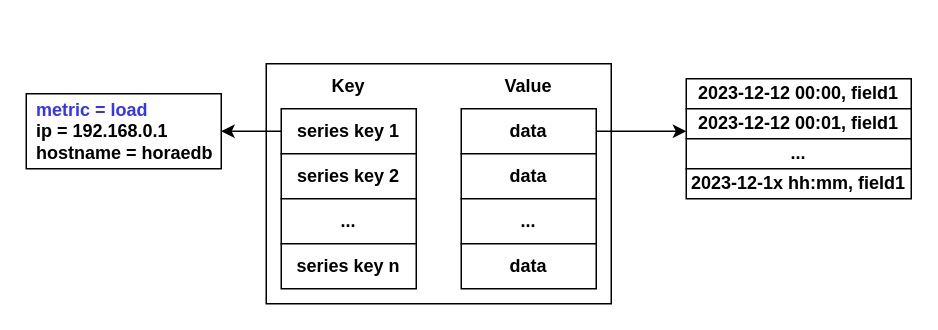
Above: series.drawio in Rachelint/drawio-store (draw.io), before the change. Source tidied: cells renumbered, new cells numbered last; positions are measured from the earlier drawing's top-left corner, leaving out a move shared by most shapes. Both pictures are drawn from the tidied source at 150%, with x=0, y=0 at pixel (26, 63).
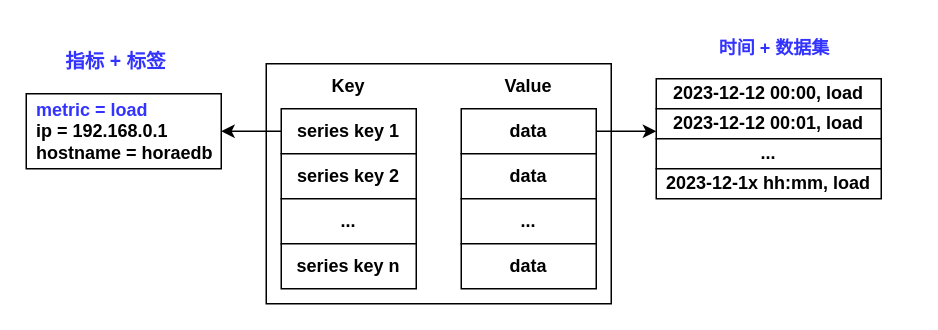
The same diagram, later.

The edit, as a diff of the source:
```diff
@@
-    <mxCell id="17" value="2023-12-12 00:00, field1" style="rounded=0;whiteSpace=wrap;html=1;fontStyle=1;" parent="1" vertex="1">
-      <mxGeometry x="440" y="10" width="150" height="20" as="geometry" />
+    <mxCell id="17" value="2023-12-12 00:00, load" style="rounded=0;whiteSpace=wrap;html=1;fontStyle=1;" parent="1" vertex="1">
+      <mxGeometry x="420" y="10" width="150" height="20" as="geometry" />
     </mxCell>
-    <mxCell id="18" value="2023-12-12 00:01, field1" style="rounded=0;whiteSpace=wrap;html=1;fontStyle=1;" parent="1" vertex="1">
-      <mxGeometry x="440" y="30" width="150" height="20" as="geometry" />
+    <mxCell id="18" value="2023-12-12 00:01, load" style="rounded=0;whiteSpace=wrap;html=1;fontStyle=1;" parent="1" vertex="1">
+      <mxGeometry x="420" y="30" width="150" height="20" as="geometry" />
     </mxCell>
     <mxCell id="19" value="&lt;span&gt;...&lt;br&gt;&lt;/span&gt;" style="rounded=0;whiteSpace=wrap;html=1;fontStyle=1;" parent="1" vertex="1">
-      <mxGeometry x="440" y="50" width="150" height="20" as="geometry" />
+      <mxGeometry x="420" y="50" width="150" height="20" as="geometry" />
     </mxCell>
-    <mxCell id="20" value="2023-12-1x hh:mm, field1" style="rounded=0;whiteSpace=wrap;html=1;fontStyle=1;" parent="1" vertex="1">
-      <mxGeometry x="440" y="70" width="150" height="20" as="geometry" />
+    <mxCell id="20" value="2023-12-1x hh:mm, load" style="rounded=0;whiteSpace=wrap;html=1;fontStyle=1;" parent="1" vertex="1">
+      <mxGeometry x="420" y="70" width="150" height="20" as="geometry" />
     </mxCell>
+    <mxCell id="21" value="&lt;font color=&quot;#3333ff&quot; style=&quot;font-size: 13px;&quot;&gt;&lt;b&gt;指标 + 标签&lt;br&gt;&lt;/b&gt;&lt;/font&gt;" style="text;html=1;strokeColor=none;fillColor=none;align=center;verticalAlign=middle;whiteSpace=wrap;rounded=0;" parent="1" vertex="1">
+      <mxGeometry x="23" y="-17" width="74" height="30" as="geometry" />
+    </mxCell>
+    <mxCell id="22" value="&lt;font color=&quot;#3333ff&quot;&gt;&lt;b&gt;时间 + 数据集&lt;br&gt;&lt;/b&gt;&lt;/font&gt;" style="text;html=1;strokeColor=none;fillColor=none;align=center;verticalAlign=middle;whiteSpace=wrap;rounded=0;" parent="1" vertex="1">
+      <mxGeometry x="457" y="-25" width="84" height="30" as="geometry" />
+    </mxCell>
```
